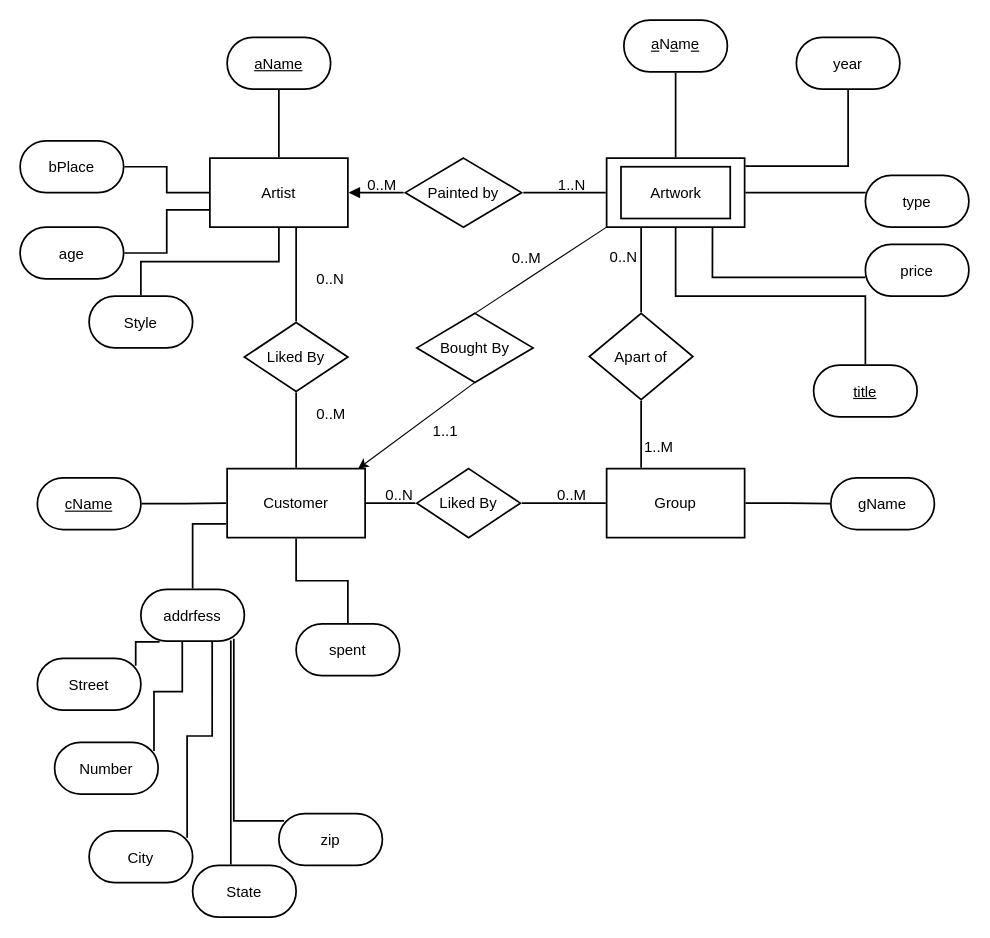
Before: page "Problem1" (1 of 2) of DBHW2.drawio in charanb2000/dbHW2, a draw.io diagram. Source tidied: cells renumbered, new cells numbered last; positions are measured from the earlier drawing's top-left corner, leaving out a move shared by most shapes. Both pictures are drawn from the tidied source at 115%, with x=0, y=0 at pixel (20, 20).
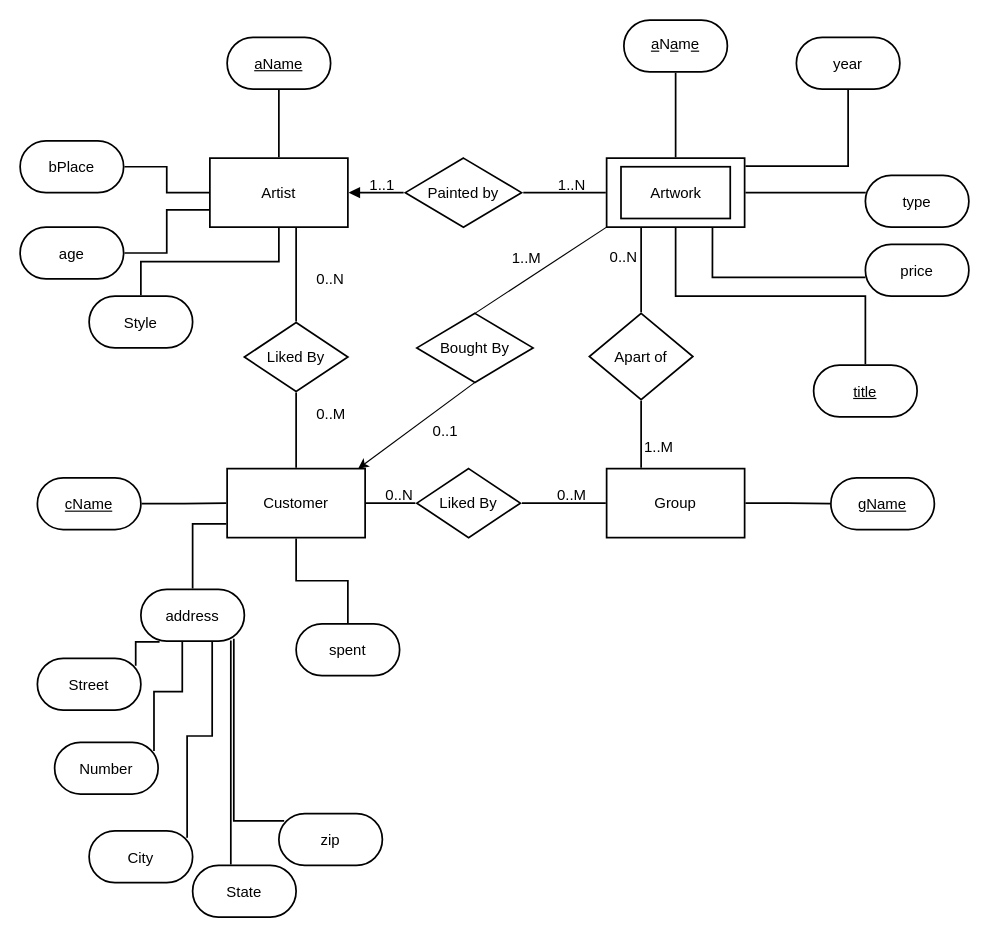
Above is the later version.

What changed in the source:
```diff
@@
-    <mxCell id="23" value="gName" style="html=1;overflow=block;blockSpacing=1;whiteSpace=wrap;rounded=1;arcSize=50;whiteSpace=wrap;fontSize=13;fontColor=#000000;spacing=3.8;strokeOpacity=100;strokeWidth=1.5;" parent="1" vertex="1">
+    <mxCell id="23" value="&lt;u&gt;gName&lt;/u&gt;" style="html=1;overflow=block;blockSpacing=1;whiteSpace=wrap;rounded=1;arcSize=50;whiteSpace=wrap;fontSize=13;fontColor=#000000;spacing=3.8;strokeOpacity=100;strokeWidth=1.5;" parent="1" vertex="1">
       <mxGeometry x="705" y="398" width="90" height="45" as="geometry" />
     </mxCell>
@@
-    <mxCell id="28" value="addrfess" style="html=1;overflow=block;blockSpacing=1;whiteSpace=wrap;rounded=1;arcSize=50;whiteSpace=wrap;fontSize=13;fontColor=#000000;spacing=3.8;strokeOpacity=100;strokeWidth=1.5;" parent="1" vertex="1">
+    <mxCell id="28" value="address" style="html=1;overflow=block;blockSpacing=1;whiteSpace=wrap;rounded=1;arcSize=50;whiteSpace=wrap;fontSize=13;fontColor=#000000;spacing=3.8;strokeOpacity=100;strokeWidth=1.5;" parent="1" vertex="1">
       <mxGeometry x="105" y="495" width="90" height="45" as="geometry" />
     </mxCell>
@@
-    <mxCell id="61" value="0..M" style="html=1;overflow=block;blockSpacing=1;whiteSpace=wrap;whiteSpace=wrap;fontSize=13;fontColor=#000000;spacing=3.8;strokeOpacity=0;fillOpacity=0;fillColor=#ffffff;strokeWidth=1.5;" parent="1" vertex="1">
+    <mxCell id="61" value="1..1" style="html=1;overflow=block;blockSpacing=1;whiteSpace=wrap;whiteSpace=wrap;fontSize=13;fontColor=#000000;spacing=3.8;strokeOpacity=0;fillOpacity=0;fillColor=#ffffff;strokeWidth=1.5;" parent="1" vertex="1">
       <mxGeometry x="285" y="120" width="60" height="45" as="geometry" />
     </mxCell>
@@
-    <mxCell id="66" value="1..1" style="html=1;overflow=block;blockSpacing=1;whiteSpace=wrap;whiteSpace=wrap;fontSize=13;fontColor=#000000;spacing=3.8;strokeOpacity=0;fillOpacity=0;fillColor=#ffffff;strokeWidth=1.5;" parent="1" vertex="1">
+    <mxCell id="66" value="0..1" style="html=1;overflow=block;blockSpacing=1;whiteSpace=wrap;whiteSpace=wrap;fontSize=13;fontColor=#000000;spacing=3.8;strokeOpacity=0;fillOpacity=0;fillColor=#ffffff;strokeWidth=1.5;" parent="1" vertex="1">
       <mxGeometry x="355" y="345" width="30" height="23" as="geometry" />
     </mxCell>
-    <mxCell id="67" value="0..M" style="html=1;overflow=block;blockSpacing=1;whiteSpace=wrap;whiteSpace=wrap;fontSize=13;fontColor=#000000;spacing=3.8;strokeOpacity=0;fillOpacity=0;fillColor=#ffffff;strokeWidth=1.5;" parent="1" vertex="1">
+    <mxCell id="67" value="1..M" style="html=1;overflow=block;blockSpacing=1;whiteSpace=wrap;whiteSpace=wrap;fontSize=13;fontColor=#000000;spacing=3.8;strokeOpacity=0;fillOpacity=0;fillColor=#ffffff;strokeWidth=1.5;" parent="1" vertex="1">
       <mxGeometry x="425" y="195" width="30" height="23" as="geometry" />
     </mxCell>
```
